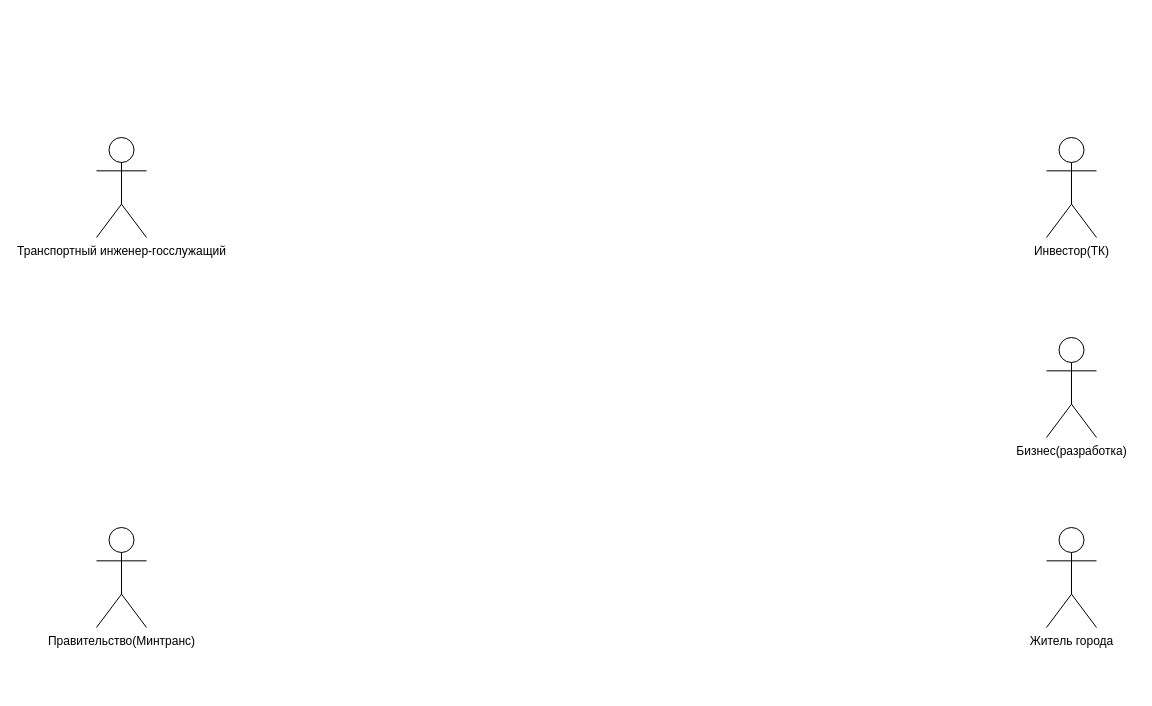
This is Диаграмма без названия.drawio from ElviraMirsaitova/lesson0, a draw.io file, before an edit. Source tidied: cells renumbered, new cells numbered last; positions are measured from the earlier drawing's top-left corner, leaving out a move shared by most shapes. Both pictures are drawn from the tidied source at 100%, with x=0, y=0 at pixel (96, 137).
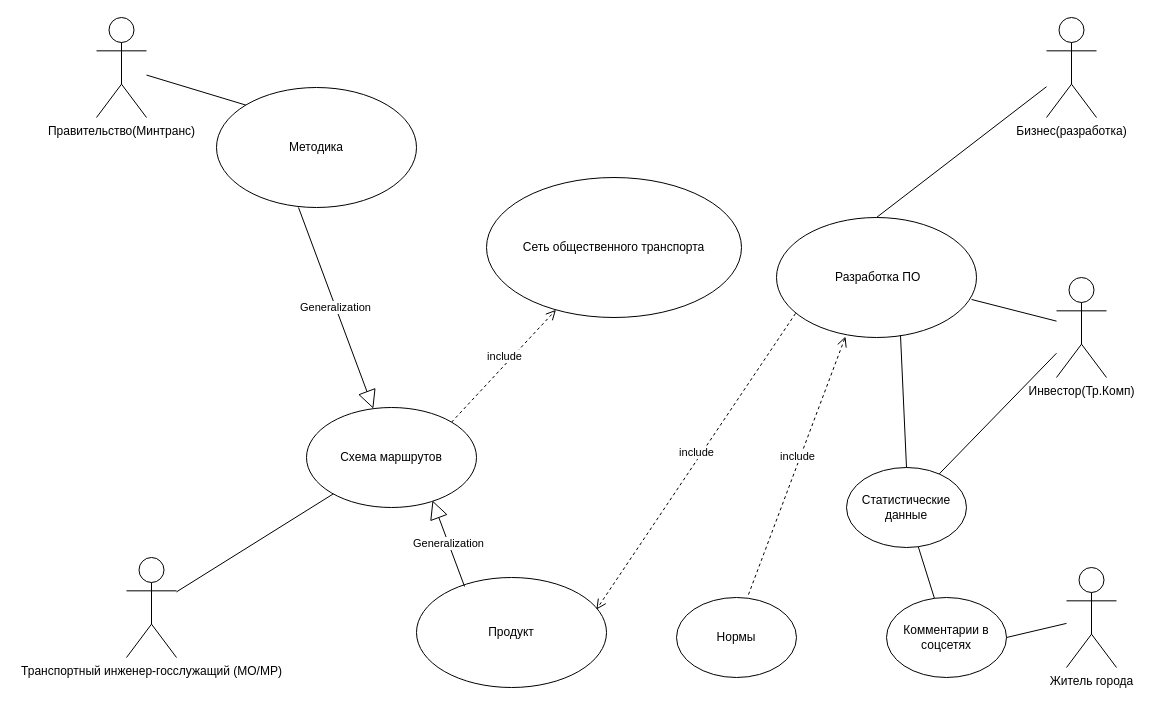
Above is the later version.

The edit, as a diff of the source:
```diff
@@
     <mxCell id="2" value="Правительство(Минтранс)" style="shape=umlActor;verticalLabelPosition=bottom;verticalAlign=top;html=1;outlineConnect=0;" parent="1" vertex="1">
-      <mxGeometry y="390" width="50" height="100" as="geometry" />
+      <mxGeometry y="-120" width="50" height="100" as="geometry" />
     </mxCell>
-    <mxCell id="3" value="Транспортный инженер-госслужащий" style="shape=umlActor;verticalLabelPosition=bottom;verticalAlign=top;html=1;outlineConnect=0;" parent="1" vertex="1">
-      <mxGeometry width="50" height="100" as="geometry" />
+    <mxCell id="3" value="Транспортный инженер-госслужащий (МО/МР)" style="shape=umlActor;verticalLabelPosition=bottom;verticalAlign=top;html=1;outlineConnect=0;" parent="1" vertex="1">
+      <mxGeometry x="30" y="420" width="50" height="100" as="geometry" />
     </mxCell>
-    <mxCell id="4" value="Инвестор(ТК)" style="shape=umlActor;verticalLabelPosition=bottom;verticalAlign=top;html=1;outlineConnect=0;" parent="1" vertex="1">
-      <mxGeometry x="950" width="50" height="100" as="geometry" />
+    <mxCell id="4" value="Инвестор(Тр.Комп)" style="shape=umlActor;verticalLabelPosition=bottom;verticalAlign=top;html=1;outlineConnect=0;" parent="1" vertex="1">
+      <mxGeometry x="960" y="140" width="50" height="100" as="geometry" />
     </mxCell>
     <mxCell id="5" value="Бизнес(разработка)" style="shape=umlActor;verticalLabelPosition=bottom;verticalAlign=top;html=1;outlineConnect=0;" parent="1" vertex="1">
-      <mxGeometry x="950" y="200" width="50" height="100" as="geometry" />
+      <mxGeometry x="950" y="-120" width="50" height="100" as="geometry" />
     </mxCell>
     <mxCell id="6" value="Житель города" style="shape=umlActor;verticalLabelPosition=bottom;verticalAlign=top;html=1;outlineConnect=0;" parent="1" vertex="1">
-      <mxGeometry x="950" y="390" width="50" height="100" as="geometry" />
+      <mxGeometry x="970" y="430" width="50" height="100" as="geometry" />
     </mxCell>
+    <mxCell id="7" value="Сеть общественного транспорта" style="ellipse;whiteSpace=wrap;html=1;" parent="1" vertex="1">
+      <mxGeometry x="390" y="40" width="255" height="140" as="geometry" />
+    </mxCell>
+    <mxCell id="8" value="&amp;nbsp;Разработка ПО" style="ellipse;whiteSpace=wrap;html=1;" parent="1" vertex="1">
+      <mxGeometry x="680" y="80" width="200" height="120" as="geometry" />
+    </mxCell>
+    <mxCell id="9" value="Методика" style="ellipse;whiteSpace=wrap;html=1;" parent="1" vertex="1">
+      <mxGeometry x="120" y="-50" width="200" height="120" as="geometry" />
+    </mxCell>
+    <mxCell id="10" style="endArrow=none;html=1;rounded=0;exitX=0.5;exitY=0;exitDx=0;exitDy=0;" parent="1" edge="1" source="8" target="5">
+      <mxGeometry relative="1" as="geometry" />
+    </mxCell>
+    <mxCell id="11" style="endArrow=none;html=1;rounded=0;" parent="1" edge="1" source="15" target="19">
+      <mxGeometry relative="1" as="geometry" />
+    </mxCell>
+    <mxCell id="12" style="endArrow=none;html=1;rounded=0;exitX=0.975;exitY=0.683;exitDx=0;exitDy=0;exitPerimeter=0;" parent="1" edge="1" source="8" target="4">
+      <mxGeometry relative="1" as="geometry" />
+    </mxCell>
+    <mxCell id="13" style="endArrow=none;html=1;rounded=0;entryX=0;entryY=0;entryDx=0;entryDy=0;" parent="1" edge="1" source="2" target="9">
+      <mxGeometry relative="1" as="geometry" />
+    </mxCell>
+    <mxCell id="14" value="Нормы" style="ellipse;whiteSpace=wrap;html=1;" parent="1" vertex="1">
+      <mxGeometry x="580" y="460" width="120" height="80" as="geometry" />
+    </mxCell>
+    <mxCell id="15" value="Статистические данные" style="ellipse;whiteSpace=wrap;html=1;" parent="1" vertex="1">
+      <mxGeometry x="750" y="330" width="120" height="80" as="geometry" />
+    </mxCell>
+    <mxCell id="16" style="endArrow=none;html=1;rounded=0;" parent="1" edge="1" source="15" target="4">
+      <mxGeometry relative="1" as="geometry" />
+    </mxCell>
+    <mxCell id="17" style="endArrow=none;html=1;rounded=0;entryX=0.62;entryY=0.983;entryDx=0;entryDy=0;exitX=0.5;exitY=0;exitDx=0;exitDy=0;entryPerimeter=0;" parent="1" edge="1" source="15" target="8">
+      <mxGeometry relative="1" as="geometry" />
+    </mxCell>
+    <mxCell id="18" value="Продукт" style="ellipse;whiteSpace=wrap;html=1;" parent="1" vertex="1">
+      <mxGeometry x="320" y="440" width="190" height="110" as="geometry" />
+    </mxCell>
+    <mxCell id="19" value="Комментарии в соцсетях" style="ellipse;whiteSpace=wrap;html=1;" parent="1" vertex="1">
+      <mxGeometry x="790" y="460" width="120" height="80" as="geometry" />
+    </mxCell>
+    <mxCell id="20" style="endArrow=none;html=1;rounded=0;exitX=1;exitY=0.5;exitDx=0;exitDy=0;" parent="1" edge="1" source="19" target="6">
+      <mxGeometry relative="1" as="geometry" />
+    </mxCell>
+    <mxCell id="21" value="include" style="html=1;verticalAlign=bottom;endArrow=open;dashed=1;endSize=8;curved=0;rounded=0;exitX=0.6;exitY=-0.037;exitDx=0;exitDy=0;exitPerimeter=0;entryX=0.345;entryY=0.992;entryDx=0;entryDy=0;entryPerimeter=0;" parent="1" edge="1" source="14" target="8">
+      <mxGeometry relative="1" as="geometry" />
+    </mxCell>
+    <mxCell id="22" value="include" style="html=1;verticalAlign=bottom;endArrow=open;dashed=1;endSize=8;curved=0;rounded=0;exitX=0.095;exitY=0.8;exitDx=0;exitDy=0;exitPerimeter=0;entryX=0.947;entryY=0.291;entryDx=0;entryDy=0;entryPerimeter=0;" parent="1" edge="1" source="8" target="18">
+      <mxGeometry relative="1" as="geometry" />
+    </mxCell>
+    <mxCell id="23" value="Generalization" style="endArrow=block;endSize=16;endFill=0;html=1;rounded=0;entryX=0.741;entryY=0.93;entryDx=0;entryDy=0;entryPerimeter=0;exitX=0.253;exitY=0.082;exitDx=0;exitDy=0;exitPerimeter=0;" parent="1" edge="1" source="18" target="25">
+      <mxGeometry relative="1" as="geometry" />
+    </mxCell>
+    <mxCell id="24" value="Generalization" style="endArrow=block;endSize=16;endFill=0;html=1;rounded=0;exitX=0.41;exitY=1;exitDx=0;exitDy=0;exitPerimeter=0;" parent="1" edge="1" source="9" target="25">
+      <mxGeometry relative="1" as="geometry" />
+    </mxCell>
+    <mxCell id="25" value="Схема маршрутов" style="ellipse;whiteSpace=wrap;html=1;" parent="1" vertex="1">
+      <mxGeometry x="210" y="270" width="170" height="100" as="geometry" />
+    </mxCell>
+    <mxCell id="26" style="endArrow=none;html=1;rounded=0;" parent="1" edge="1" source="3" target="25">
+      <mxGeometry relative="1" as="geometry" />
+    </mxCell>
+    <mxCell id="27" value="include" style="html=1;verticalAlign=bottom;endArrow=open;dashed=1;endSize=8;curved=0;rounded=0;exitX=1;exitY=0;exitDx=0;exitDy=0;" parent="1" edge="1" source="25" target="7">
+      <mxGeometry relative="1" as="geometry" />
+    </mxCell>
```
